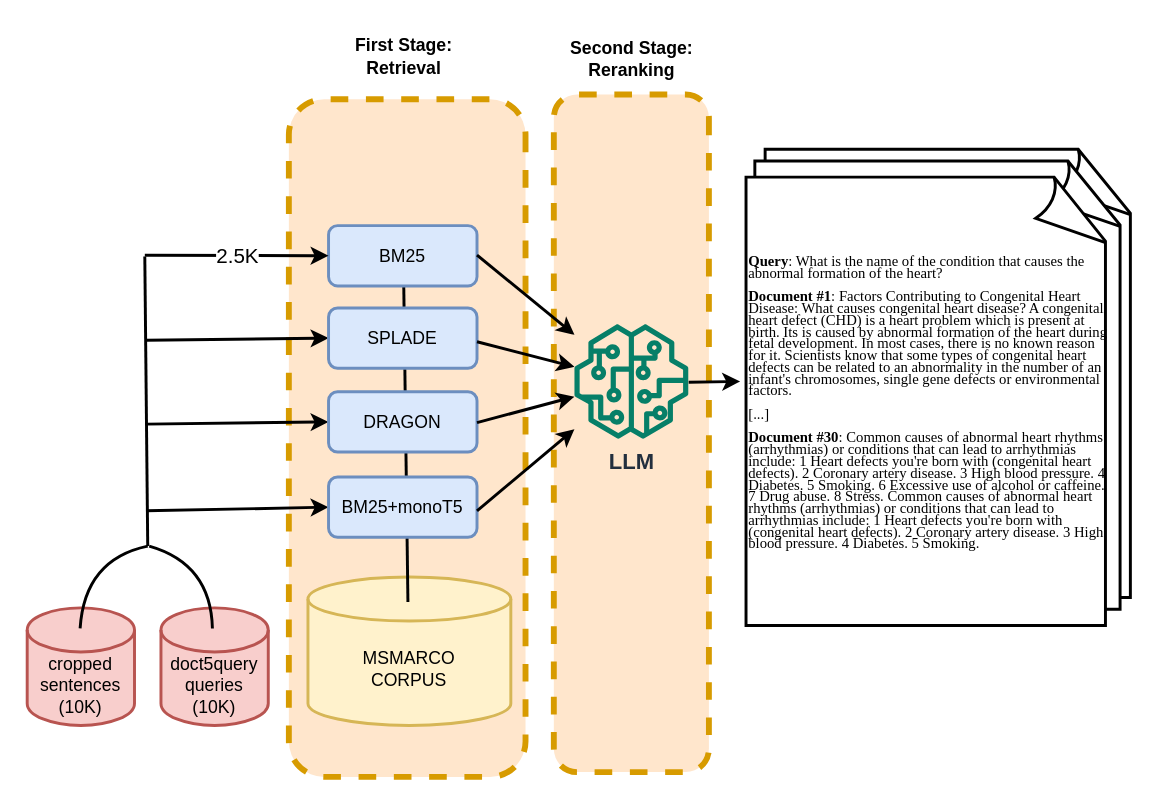
The draw.io diagram Data Generation.drawio in Dundalia/Dundalia, before the edit. Source tidied: cells renumbered, new cells numbered last; positions are measured from the earlier drawing's top-left corner, leaving out a move shared by most shapes. Both pictures are drawn from the tidied source at 147%, with x=0, y=0 at pixel (26, 25).
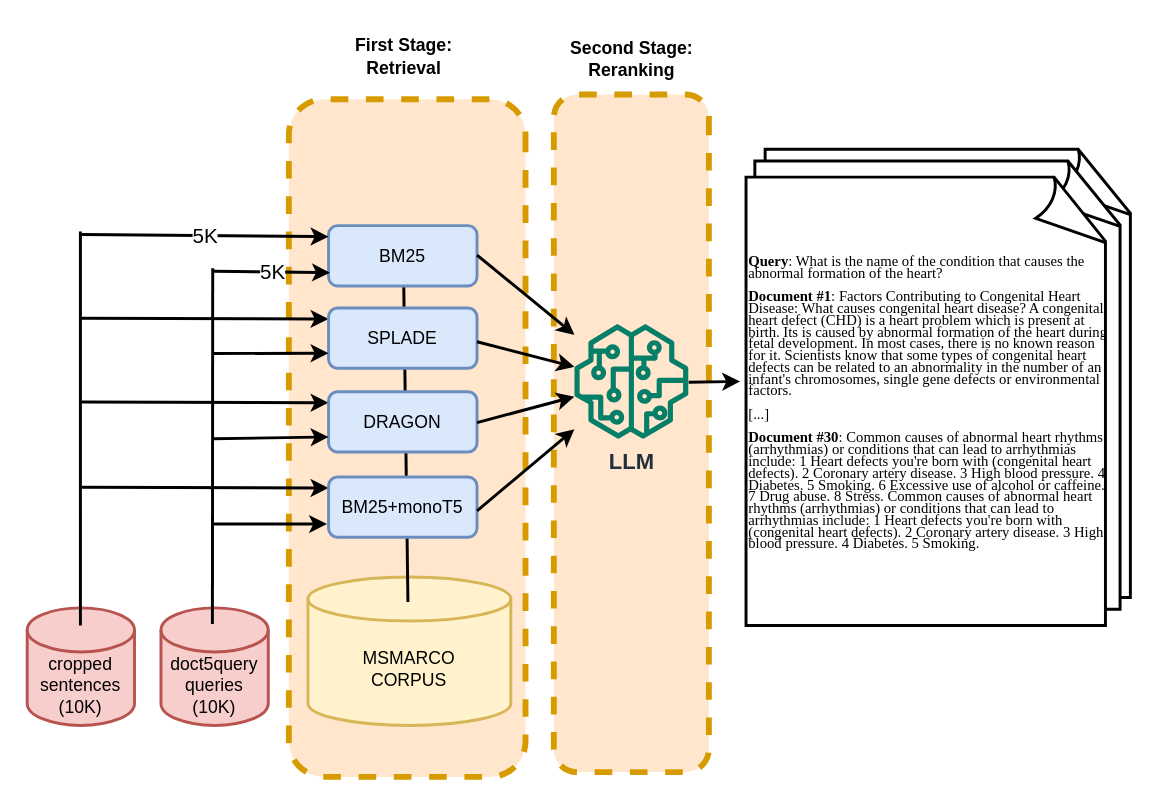
The same page after the edit.

Unchanged cells that the change refers to:
```xml
<mxCell id="4" value="cropped&lt;br&gt;sentences&lt;br style=&quot;border-color: var(--border-color);&quot;&gt;(10K)" style="shape=cylinder3;whiteSpace=wrap;html=1;boundedLbl=1;backgroundOutline=1;size=15;fillColor=#f8cecc;strokeColor=#b85450;strokeWidth=2;" parent="1" vertex="1">
  <mxGeometry y="396" width="73" height="80" as="geometry" />
</mxCell>
<mxCell id="14" value="BM25" style="rounded=1;whiteSpace=wrap;html=1;fillColor=#dae8fc;strokeColor=#6c8ebf;strokeWidth=2;" parent="1" vertex="1">
  <mxGeometry x="205" y="136" width="101" height="41" as="geometry" />
</mxCell>
<mxCell id="15" value="SPLADE" style="rounded=1;whiteSpace=wrap;html=1;fillColor=#dae8fc;strokeColor=#6c8ebf;strokeWidth=2;" parent="1" vertex="1">
  <mxGeometry x="205" y="192" width="101" height="41" as="geometry" />
</mxCell>
<mxCell id="16" value="DRAGON" style="rounded=1;whiteSpace=wrap;html=1;fillColor=#dae8fc;strokeColor=#6c8ebf;strokeWidth=2;" parent="1" vertex="1">
  <mxGeometry x="205" y="249" width="101" height="41" as="geometry" />
</mxCell>
<mxCell id="17" value="BM25+monoT5" style="rounded=1;whiteSpace=wrap;html=1;fillColor=#dae8fc;strokeColor=#6c8ebf;strokeWidth=2;" parent="1" vertex="1">
  <mxGeometry x="205" y="307" width="101" height="41" as="geometry" />
</mxCell>
```

What changed in the source:
```diff
@@
-    <mxCell id="6" style="endArrow=none;html=1;curved=1;strokeWidth=2;" parent="1" edge="1">
-      <mxGeometry relative="1" as="geometry">
-        <mxPoint x="36" y="410" as="sourcePoint" />
-        <mxPoint x="82" y="354" as="targetPoint" />
-        <Array as="points">
-          <mxPoint x="39" y="363" />
-        </Array>
-      </mxGeometry>
-    </mxCell>
-    <mxCell id="7" style="endArrow=none;html=1;curved=1;strokeWidth=2;" parent="1" edge="1">
-      <mxGeometry relative="1" as="geometry">
-        <mxPoint x="126" y="410" as="sourcePoint" />
-        <mxPoint x="83" y="354" as="targetPoint" />
-        <Array as="points">
-          <mxPoint x="125" y="366" />
-        </Array>
-      </mxGeometry>
-    </mxCell>
-    <mxCell id="8" style="endArrow=none;html=1;rounded=0;strokeWidth=2;shadow=0;" parent="1" edge="1">
+    <mxCell id="8" style="endArrow=none;html=1;rounded=0;strokeWidth=2;shadow=0;exitX=0.496;exitY=0.15;exitDx=0;exitDy=0;exitPerimeter=0;" parent="1" edge="1" source="4">
       <mxGeometry relative="1" as="geometry">
-        <mxPoint x="82" y="354" as="sourcePoint" />
-        <mxPoint x="80" y="157" as="targetPoint" />
+        <mxPoint x="36.2" y="140" as="targetPoint" />
       </mxGeometry>
     </mxCell>
-    <mxCell id="9" style="endArrow=classic;html=1;rounded=0;strokeWidth=2;entryX=0;entryY=0.5;entryDx=0;entryDy=0;" parent="1" edge="1" target="15">
+    <mxCell id="9" style="endArrow=classic;html=1;rounded=0;strokeWidth=2;entryX=0;entryY=0.5;entryDx=0;entryDy=0;" parent="1" edge="1">
       <mxGeometry relative="1" as="geometry">
-        <mxPoint x="81" y="214" as="sourcePoint" />
+        <mxPoint x="36" y="199" as="sourcePoint" />
+        <mxPoint x="205" y="199.5" as="targetPoint" />
       </mxGeometry>
     </mxCell>
-    <mxCell id="10" style="endArrow=classic;html=1;rounded=0;strokeWidth=2;entryX=0;entryY=0.5;entryDx=0;entryDy=0;" parent="1" edge="1" target="16">
+    <mxCell id="10" style="endArrow=classic;html=1;rounded=0;strokeWidth=2;entryX=0;entryY=0.5;entryDx=0;entryDy=0;" parent="1" edge="1">
       <mxGeometry relative="1" as="geometry">
-        <mxPoint x="81" y="271" as="sourcePoint" />
+        <mxPoint x="37" y="256" as="sourcePoint" />
+        <mxPoint x="205" y="256.5" as="targetPoint" />
       </mxGeometry>
     </mxCell>
-    <mxCell id="11" style="endArrow=classic;html=1;rounded=0;strokeWidth=2;entryX=0;entryY=0.5;entryDx=0;entryDy=0;" parent="1" edge="1" target="17">
+    <mxCell id="11" style="endArrow=classic;html=1;rounded=0;strokeWidth=2;entryX=0;entryY=0.5;entryDx=0;entryDy=0;" parent="1" edge="1">
       <mxGeometry relative="1" as="geometry">
-        <mxPoint x="81" y="330" as="sourcePoint" />
+        <mxPoint x="37" y="314" as="sourcePoint" />
+        <mxPoint x="205" y="314.5" as="targetPoint" />
       </mxGeometry>
     </mxCell>
@@
-    <mxCell id="27" style="endArrow=classic;html=1;rounded=0;entryX=0;entryY=0.5;entryDx=0;entryDy=0;strokeWidth=2;" parent="1" edge="1" target="14">
+    <mxCell id="27" style="endArrow=classic;html=1;rounded=0;entryX=0;entryY=0.5;entryDx=0;entryDy=0;strokeWidth=2;" parent="1" edge="1">
       <mxGeometry relative="1" as="geometry">
-        <mxPoint x="80" y="156.1" as="sourcePoint" />
+        <mxPoint x="37" y="142" as="sourcePoint" />
+        <mxPoint x="205" y="143.5" as="targetPoint" />
       </mxGeometry>
     </mxCell>
-    <mxCell id="28" value="&lt;font style=&quot;font-size: 14px;&quot;&gt;2.5K&lt;/font&gt;" style="edgeLabel;html=1;align=center;verticalAlign=middle;" parent="27" vertex="1">
+    <mxCell id="28" value="&lt;span style=&quot;font-size: 14px;&quot;&gt;5K&lt;br&gt;&lt;/span&gt;" style="edgeLabel;html=1;align=center;verticalAlign=middle;" parent="27" vertex="1">
       <mxGeometry relative="1" as="geometry" />
     </mxCell>
@@
+    <mxCell id="31" style="endArrow=none;html=1;rounded=0;strokeWidth=2;shadow=0;" parent="1" edge="1">
+      <mxGeometry relative="1" as="geometry">
+        <mxPoint x="126" y="407" as="sourcePoint" />
+        <mxPoint x="126.2" y="165" as="targetPoint" />
+      </mxGeometry>
+    </mxCell>
+    <mxCell id="32" style="endArrow=classic;html=1;rounded=0;strokeWidth=2;entryX=0;entryY=0.75;entryDx=0;entryDy=0;" parent="1" edge="1" target="15">
+      <mxGeometry relative="1" as="geometry">
+        <mxPoint x="126" y="223" as="sourcePoint" />
+      </mxGeometry>
+    </mxCell>
+    <mxCell id="33" style="endArrow=classic;html=1;rounded=0;strokeWidth=2;entryX=0;entryY=0.75;entryDx=0;entryDy=0;" parent="1" edge="1" target="16">
+      <mxGeometry relative="1" as="geometry">
+        <mxPoint x="127" y="281" as="sourcePoint" />
+      </mxGeometry>
+    </mxCell>
+    <mxCell id="34" style="endArrow=classic;html=1;rounded=0;strokeWidth=2;" parent="1" edge="1">
+      <mxGeometry relative="1" as="geometry">
+        <mxPoint x="127" y="339" as="sourcePoint" />
+        <mxPoint x="204" y="339" as="targetPoint" />
+      </mxGeometry>
+    </mxCell>
+    <mxCell id="35" style="endArrow=classic;html=1;rounded=0;strokeWidth=2;" parent="1" edge="1">
+      <mxGeometry relative="1" as="geometry">
+        <mxPoint x="127" y="167" as="sourcePoint" />
+        <mxPoint x="206" y="168" as="targetPoint" />
+      </mxGeometry>
+    </mxCell>
+    <mxCell id="36" value="&lt;span style=&quot;font-size: 14px;&quot;&gt;5K&lt;br&gt;&lt;/span&gt;" style="edgeLabel;html=1;align=center;verticalAlign=middle;" parent="35" vertex="1">
+      <mxGeometry relative="1" as="geometry" />
+    </mxCell>
```
